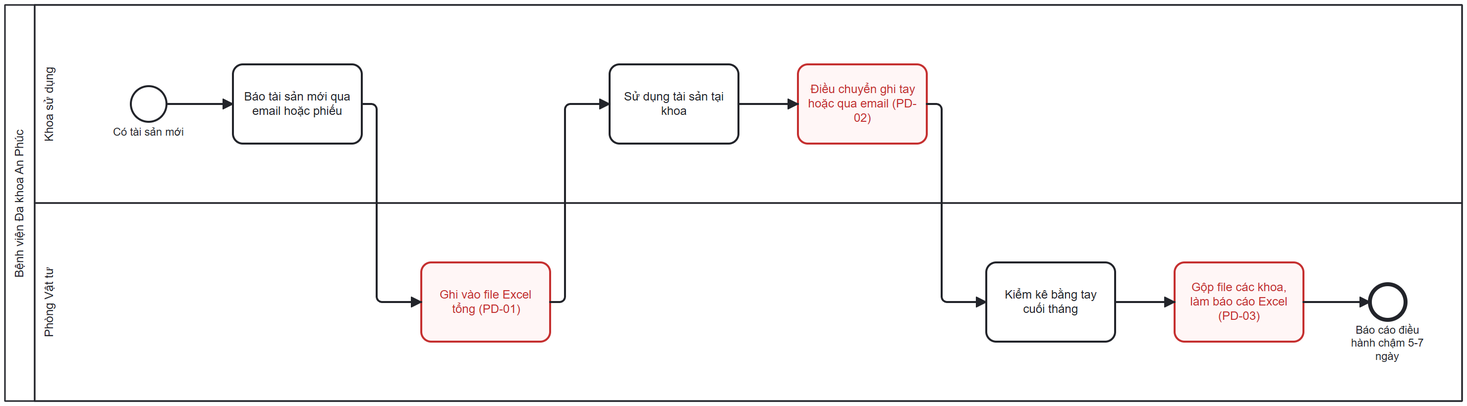
Above: BA-agent/BA-Documents-Outsource/diagrams/tong-quan-asis.png in sonbui31/BA-studies (BPMN), before the change. Its source is kept beside it as BA-agent/BA-Documents-Outsource/diagrams/tong-quan-asis.bpmn. Ids are renumbered.
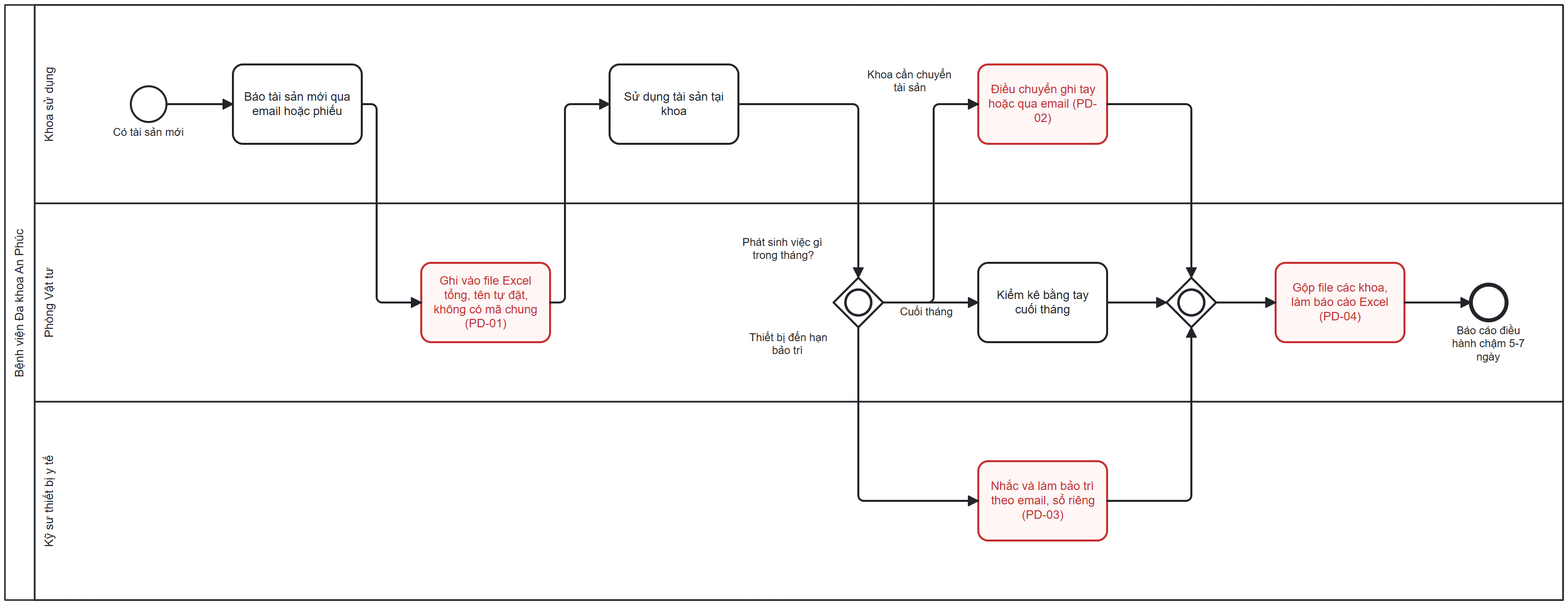
Above is the later version.

What changed in the source:
```diff
@@ -12,9 +12,14 @@
       </bpmn:lane>
       <bpmn:lane id="vat_tu" name="Phòng Vật tư">
         <bpmn:flowNodeRef>a2</bpmn:flowNodeRef>
+        <bpmn:flowNodeRef>g1</bpmn:flowNodeRef>
+        <bpmn:flowNodeRef>a6</bpmn:flowNodeRef>
+        <bpmn:flowNodeRef>g2</bpmn:flowNodeRef>
+        <bpmn:flowNodeRef>a7</bpmn:flowNodeRef>
+        <bpmn:flowNodeRef>end</bpmn:flowNodeRef>
+      </bpmn:lane>
+      <bpmn:lane id="ky_su" name="Kỹ sư thiết bị y tế">
         <bpmn:flowNodeRef>a5</bpmn:flowNodeRef>
-        <bpmn:flowNodeRef>a6</bpmn:flowNodeRef>
-        <bpmn:flowNodeRef>end</bpmn:flowNodeRef>
       </bpmn:lane>
     </bpmn:laneSet>
     <bpmn:startEvent id="start" name="Có tài sản mới">
@@ -24,7 +29,7 @@
       <bpmn:incoming>Flow_1</bpmn:incoming>
       <bpmn:outgoing>Flow_2</bpmn:outgoing>
     </bpmn:task>
-    <bpmn:task id="a2" name="Ghi vào file Excel tổng (PD-01)">
+    <bpmn:task id="a2" name="Ghi vào file Excel tổng, tên tự đặt, không có mã chung (PD-01)">
       <bpmn:incoming>Flow_2</bpmn:incoming>
       <bpmn:outgoing>Flow_3</bpmn:outgoing>
     </bpmn:task>
@@ -32,39 +37,63 @@
       <bpmn:incoming>Flow_3</bpmn:incoming>
       <bpmn:outgoing>Flow_4</bpmn:outgoing>
     </bpmn:task>
-    <bpmn:task id="a4" name="Điều chuyển ghi tay hoặc qua email (PD-02)">
+    <bpmn:inclusiveGateway id="g1" name="Phát sinh việc gì trong tháng?">
       <bpmn:incoming>Flow_4</bpmn:incoming>
       <bpmn:outgoing>Flow_5</bpmn:outgoing>
+      <bpmn:outgoing>Flow_6</bpmn:outgoing>
+      <bpmn:outgoing>Flow_7</bpmn:outgoing>
+    </bpmn:inclusiveGateway>
+    <bpmn:task id="a4" name="Điều chuyển ghi tay hoặc qua email (PD-02)">
+      <bpmn:incoming>Flow_5</bpmn:incoming>
+      <bpmn:outgoing>Flow_8</bpmn:outgoing>
     </bpmn:task>
-    <bpmn:task id="a5" name="Kiểm kê bằng tay cuối tháng">
-      <bpmn:incoming>Flow_5</bpmn:incoming>
-      <bpmn:outgoing>Flow_6</bpmn:outgoing>
+    <bpmn:task id="a5" name="Nhắc và làm bảo trì theo email, sổ riêng (PD-03)">
+      <bpmn:incoming>Flow_6</bpmn:incoming>
+      <bpmn:outgoing>Flow_9</bpmn:outgoing>
     </bpmn:task>
-    <bpmn:task id="a6" name="Gộp file các khoa, làm báo cáo Excel (PD-03)">
-      <bpmn:incoming>Flow_6</bpmn:incoming>
-      <bpmn:outgoing>Flow_7</bpmn:outgoing>
+    <bpmn:task id="a6" name="Kiểm kê bằng tay cuối tháng">
+      <bpmn:incoming>Flow_7</bpmn:incoming>
+      <bpmn:outgoing>Flow_10</bpmn:outgoing>
+    </bpmn:task>
+    <bpmn:inclusiveGateway id="g2" name="">
+      <bpmn:incoming>Flow_8</bpmn:incoming>
+      <bpmn:incoming>Flow_9</bpmn:incoming>
+      <bpmn:incoming>Flow_10</bpmn:incoming>
+      <bpmn:outgoing>Flow_11</bpmn:outgoing>
+    </bpmn:inclusiveGateway>
+    <bpmn:task id="a7" name="Gộp file các khoa, làm báo cáo Excel (PD-04)">
+      <bpmn:incoming>Flow_11</bpmn:incoming>
+      <bpmn:outgoing>Flow_12</bpmn:outgoing>
     </bpmn:task>
     <bpmn:endEvent id="end" name="Báo cáo điều hành chậm 5-7 ngày">
-      <bpmn:incoming>Flow_7</bpmn:incoming>
+      <bpmn:incoming>Flow_12</bpmn:incoming>
     </bpmn:endEvent>
     <bpmn:sequenceFlow id="Flow_1" sourceRef="start" targetRef="a1" />
     <bpmn:sequenceFlow id="Flow_2" sourceRef="a1" targetRef="a2" />
     <bpmn:sequenceFlow id="Flow_3" sourceRef="a2" targetRef="a3" />
-    <bpmn:sequenceFlow id="Flow_4" sourceRef="a3" targetRef="a4" />
-    <bpmn:sequenceFlow id="Flow_5" sourceRef="a4" targetRef="a5" />
-    <bpmn:sequenceFlow id="Flow_6" sourceRef="a5" targetRef="a6" />
-    <bpmn:sequenceFlow id="Flow_7" sourceRef="a6" targetRef="end" />
+    <bpmn:sequenceFlow id="Flow_4" sourceRef="a3" targetRef="g1" />
+    <bpmn:sequenceFlow id="Flow_5" name="Khoa cần chuyển tài sản" sourceRef="g1" targetRef="a4" />
+    <bpmn:sequenceFlow id="Flow_6" name="Thiết bị đến hạn bảo trì" sourceRef="g1" targetRef="a5" />
+    <bpmn:sequenceFlow id="Flow_7" name="Cuối tháng" sourceRef="g1" targetRef="a6" />
+    <bpmn:sequenceFlow id="Flow_8" sourceRef="a4" targetRef="g2" />
+    <bpmn:sequenceFlow id="Flow_9" sourceRef="a5" targetRef="g2" />
+    <bpmn:sequenceFlow id="Flow_10" sourceRef="a6" targetRef="g2" />
+    <bpmn:sequenceFlow id="Flow_11" sourceRef="g2" targetRef="a7" />
+    <bpmn:sequenceFlow id="Flow_12" sourceRef="a7" targetRef="end" />
   </bpmn:process>
   <bpmndi:BPMNDiagram id="BPMNDiagram_tong_quan_asis">
     <bpmndi:BPMNPlane id="BPMNPlane_tong_quan_asis" bpmnElement="Collaboration_tong_quan_asis">
       <bpmndi:BPMNShape id="Participant_tong_quan_asis_di" bpmnElement="Participant_tong_quan_asis" isHorizontal="true">
-        <dc:Bounds x="160" y="80" width="1470" height="400" />
+        <dc:Bounds x="160" y="80" width="1572" height="600" />
       </bpmndi:BPMNShape>
       <bpmndi:BPMNShape id="khoa_di" bpmnElement="khoa" isHorizontal="true">
-        <dc:Bounds x="190" y="80" width="1440" height="200" />
+        <dc:Bounds x="190" y="80" width="1542" height="200" />
       </bpmndi:BPMNShape>
       <bpmndi:BPMNShape id="vat_tu_di" bpmnElement="vat_tu" isHorizontal="true">
-        <dc:Bounds x="190" y="280" width="1440" height="200" />
+        <dc:Bounds x="190" y="280" width="1542" height="200" />
+      </bpmndi:BPMNShape>
+      <bpmndi:BPMNShape id="ky_su_di" bpmnElement="ky_su" isHorizontal="true">
+        <dc:Bounds x="190" y="480" width="1542" height="200" />
       </bpmndi:BPMNShape>
       <bpmndi:BPMNShape id="start_di" bpmnElement="start">
         <dc:Bounds x="287" y="162" width="36" height="36" />
@@ -81,19 +110,31 @@
       <bpmndi:BPMNShape id="a3_di" bpmnElement="a3">
         <dc:Bounds x="770" y="140" width="130" height="80" />
       </bpmndi:BPMNShape>
+      <bpmndi:BPMNShape id="g1_di" bpmnElement="g1">
+        <dc:Bounds x="996" y="355" width="50" height="50" />
+        <bpmndi:BPMNLabel>
+          <dc:Bounds x="890" y="313" width="110" height="40" />
+        </bpmndi:BPMNLabel>
+      </bpmndi:BPMNShape>
       <bpmndi:BPMNShape id="a4_di" bpmnElement="a4" bioc:stroke="#C53030" bioc:fill="#FFF5F5" color:border-color="#C53030" color:background-color="#FFF5F5">
-        <dc:Bounds x="960" y="140" width="130" height="80" />
+        <dc:Bounds x="1142" y="140" width="130" height="80" />
       </bpmndi:BPMNShape>
-      <bpmndi:BPMNShape id="a5_di" bpmnElement="a5">
-        <dc:Bounds x="1150" y="340" width="130" height="80" />
+      <bpmndi:BPMNShape id="a5_di" bpmnElement="a5" bioc:stroke="#C53030" bioc:fill="#FFF5F5" color:border-color="#C53030" color:background-color="#FFF5F5">
+        <dc:Bounds x="1142" y="540" width="130" height="80" />
       </bpmndi:BPMNShape>
-      <bpmndi:BPMNShape id="a6_di" bpmnElement="a6" bioc:stroke="#C53030" bioc:fill="#FFF5F5" color:border-color="#C53030" color:background-color="#FFF5F5">
-        <dc:Bounds x="1340" y="340" width="130" height="80" />
+      <bpmndi:BPMNShape id="a6_di" bpmnElement="a6">
+        <dc:Bounds x="1142" y="340" width="130" height="80" />
+      </bpmndi:BPMNShape>
+      <bpmndi:BPMNShape id="g2_di" bpmnElement="g2">
+        <dc:Bounds x="1332" y="355" width="50" height="50" />
+      </bpmndi:BPMNShape>
+      <bpmndi:BPMNShape id="a7_di" bpmnElement="a7" bioc:stroke="#C53030" bioc:fill="#FFF5F5" color:border-color="#C53030" color:background-color="#FFF5F5">
+        <dc:Bounds x="1442" y="340" width="130" height="80" />
       </bpmndi:BPMNShape>
       <bpmndi:BPMNShape id="end_di" bpmnElement="end">
-        <dc:Bounds x="1537" y="362" width="36" height="36" />
+        <dc:Bounds x="1639" y="362" width="36" height="36" />
         <bpmndi:BPMNLabel>
-          <dc:Bounds x="1500" y="402" width="110" height="40" />
+          <dc:Bounds x="1602" y="402" width="110" height="40" />
         </bpmndi:BPMNLabel>
       </bpmndi:BPMNShape>
       <bpmndi:BPMNEdge id="Flow_1_di" bpmnElement="Flow_1">
@@ -114,21 +155,48 @@
       </bpmndi:BPMNEdge>
       <bpmndi:BPMNEdge id="Flow_4_di" bpmnElement="Flow_4">
         <di:waypoint x="900" y="180" />
-        <di:waypoint x="960" y="180" />
+        <di:waypoint x="1021" y="180" />
+        <di:waypoint x="1021" y="355" />
       </bpmndi:BPMNEdge>
       <bpmndi:BPMNEdge id="Flow_5_di" bpmnElement="Flow_5">
-        <di:waypoint x="1090" y="180" />
-        <di:waypoint x="1105" y="180" />
-        <di:waypoint x="1105" y="380" />
-        <di:waypoint x="1150" y="380" />
+        <di:waypoint x="1046" y="380" />
+        <di:waypoint x="1097" y="380" />
+        <di:waypoint x="1097" y="180" />
+        <di:waypoint x="1142" y="180" />
+        <bpmndi:BPMNLabel><dc:Bounds x="1008" y="144" width="130" height="34" /></bpmndi:BPMNLabel>
       </bpmndi:BPMNEdge>
       <bpmndi:BPMNEdge id="Flow_6_di" bpmnElement="Flow_6">
-        <di:waypoint x="1280" y="380" />
-        <di:waypoint x="1340" y="380" />
+        <di:waypoint x="1021" y="405" />
+        <di:waypoint x="1021" y="580" />
+        <di:waypoint x="1142" y="580" />
+        <bpmndi:BPMNLabel><dc:Bounds x="885" y="409" width="130" height="34" /></bpmndi:BPMNLabel>
       </bpmndi:BPMNEdge>
       <bpmndi:BPMNEdge id="Flow_7_di" bpmnElement="Flow_7">
-        <di:waypoint x="1470" y="380" />
-        <di:waypoint x="1537" y="380" />
+        <di:waypoint x="1046" y="380" />
+        <di:waypoint x="1142" y="380" />
+        <bpmndi:BPMNLabel><dc:Bounds x="1050" y="383" width="80" height="18" /></bpmndi:BPMNLabel>
+      </bpmndi:BPMNEdge>
+      <bpmndi:BPMNEdge id="Flow_8_di" bpmnElement="Flow_8">
+        <di:waypoint x="1272" y="180" />
+        <di:waypoint x="1357" y="180" />
+        <di:waypoint x="1357" y="355" />
+      </bpmndi:BPMNEdge>
+      <bpmndi:BPMNEdge id="Flow_9_di" bpmnElement="Flow_9">
+        <di:waypoint x="1272" y="580" />
+        <di:waypoint x="1357" y="580" />
+        <di:waypoint x="1357" y="405" />
+      </bpmndi:BPMNEdge>
+      <bpmndi:BPMNEdge id="Flow_10_di" bpmnElement="Flow_10">
+        <di:waypoint x="1272" y="380" />
+        <di:waypoint x="1332" y="380" />
+      </bpmndi:BPMNEdge>
+      <bpmndi:BPMNEdge id="Flow_11_di" bpmnElement="Flow_11">
+        <di:waypoint x="1382" y="380" />
+        <di:waypoint x="1442" y="380" />
+      </bpmndi:BPMNEdge>
+      <bpmndi:BPMNEdge id="Flow_12_di" bpmnElement="Flow_12">
+        <di:waypoint x="1572" y="380" />
+        <di:waypoint x="1639" y="380" />
       </bpmndi:BPMNEdge>
     </bpmndi:BPMNPlane>
   </bpmndi:BPMNDiagram>
```
